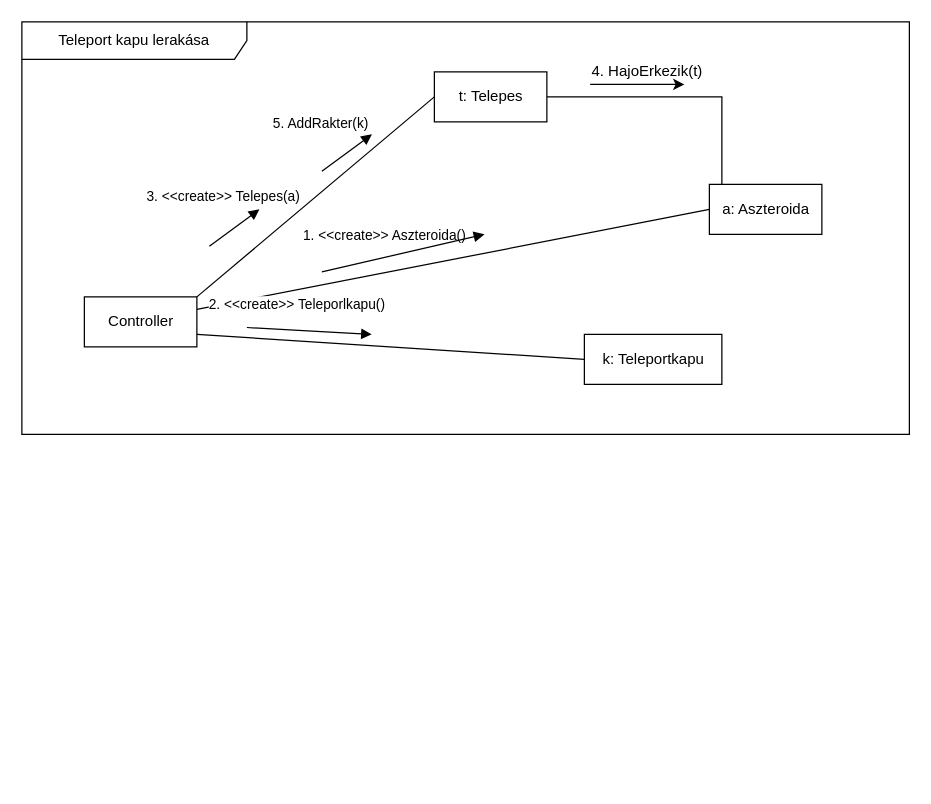
Before: doc/kommunikacio/TeleportLerak.drawio in torpeBoiGo/aszteroidabanyaszat, a draw.io diagram. Source tidied: cells renumbered, new cells numbered last; positions are measured from the earlier drawing's top-left corner, leaving out a move shared by most shapes. Both pictures are drawn from the tidied source at 125%, with x=0, y=0 at pixel (21, 21).
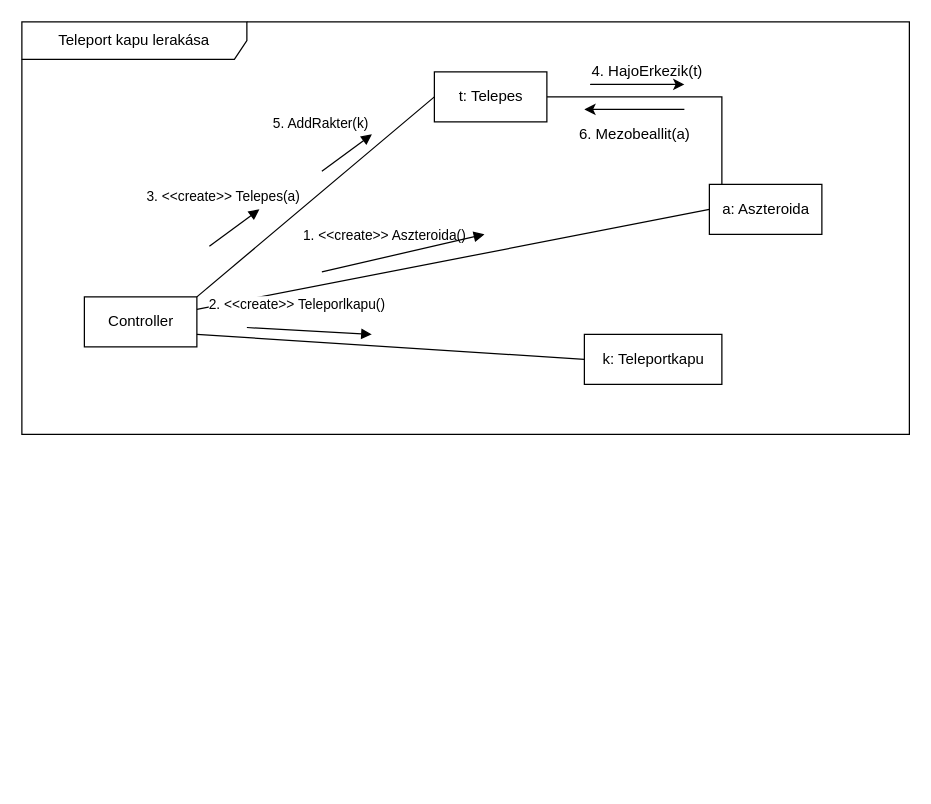
The same page after the edit.

The edit, as a diff of the source:
```diff
@@
+    <mxCell id="19" style="endArrow=classic;html=1;" parent="1" edge="1">
+      <mxGeometry relative="1" as="geometry">
+        <mxPoint x="530" y="70" as="sourcePoint" />
+        <mxPoint x="450" y="70" as="targetPoint" />
+      </mxGeometry>
+    </mxCell>
+    <mxCell id="20" value="6. Mezobeallit(a)" style="text;html=1;align=center;verticalAlign=middle;" parent="1" vertex="1">
+      <mxGeometry x="440" y="80" width="100" height="20" as="geometry" />
+    </mxCell>
```
